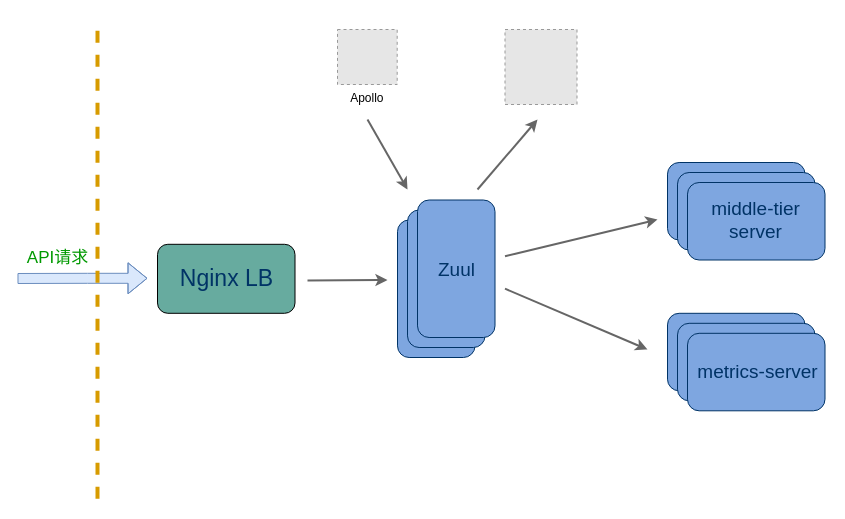
This is top-zuul.drawio.xml from MrtKing/draw.io, a draw.io file, before an edit. Source tidied: cells renumbered, new cells numbered last; positions are measured from the earlier drawing's top-left corner, leaving out a move shared by most shapes. Both pictures are drawn from the tidied source at 100%, with x=0, y=0 at pixel (17, 18). Pictures stored in the file or linked from it are replaced by grey dashed boxes.
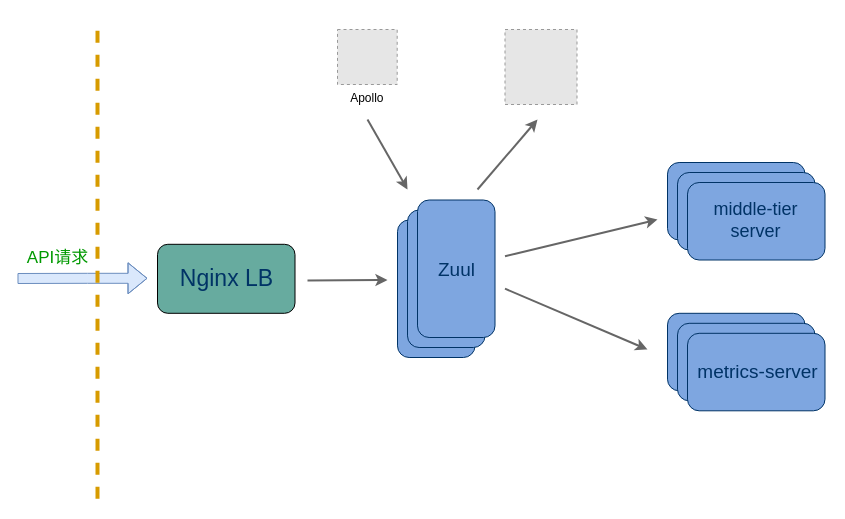
The same diagram, later.

What changed in the source:
```diff
@@
-    <mxCell id="24" value="&lt;font color=&quot;#003366&quot; style=&quot;font-size: 19px&quot;&gt;middle-tier&lt;br&gt;server&lt;/font&gt;" style="text;html=1;align=center;verticalAlign=middle;" parent="1" vertex="1">
+    <mxCell id="24" value="&lt;font color=&quot;#003366&quot; style=&quot;font-size: 18px&quot;&gt;middle-tier&lt;br&gt;server&lt;/font&gt;" style="text;html=1;align=center;verticalAlign=middle;" parent="1" vertex="1">
       <mxGeometry x="687.5" y="181.5" width="100" height="40" as="geometry" />
     </mxCell>
```
